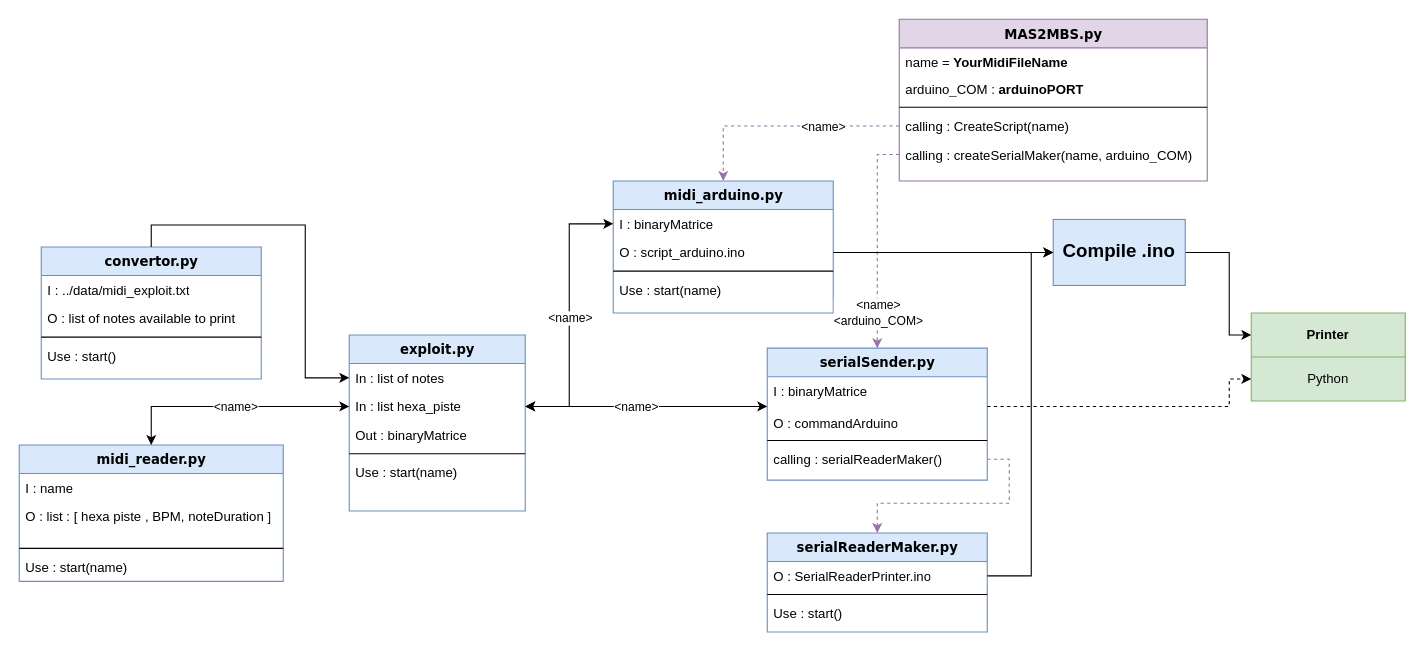
Earlier version of the draw.io diagram Untitled Diagram.drawio (Emericdefay/MAS-to-MBS). Source tidied: cells renumbered, new cells numbered last; positions are measured from the earlier drawing's top-left corner, leaving out a move shared by most shapes. Both pictures are drawn from the tidied source at 110%, with x=0, y=0 at pixel (19, 19).
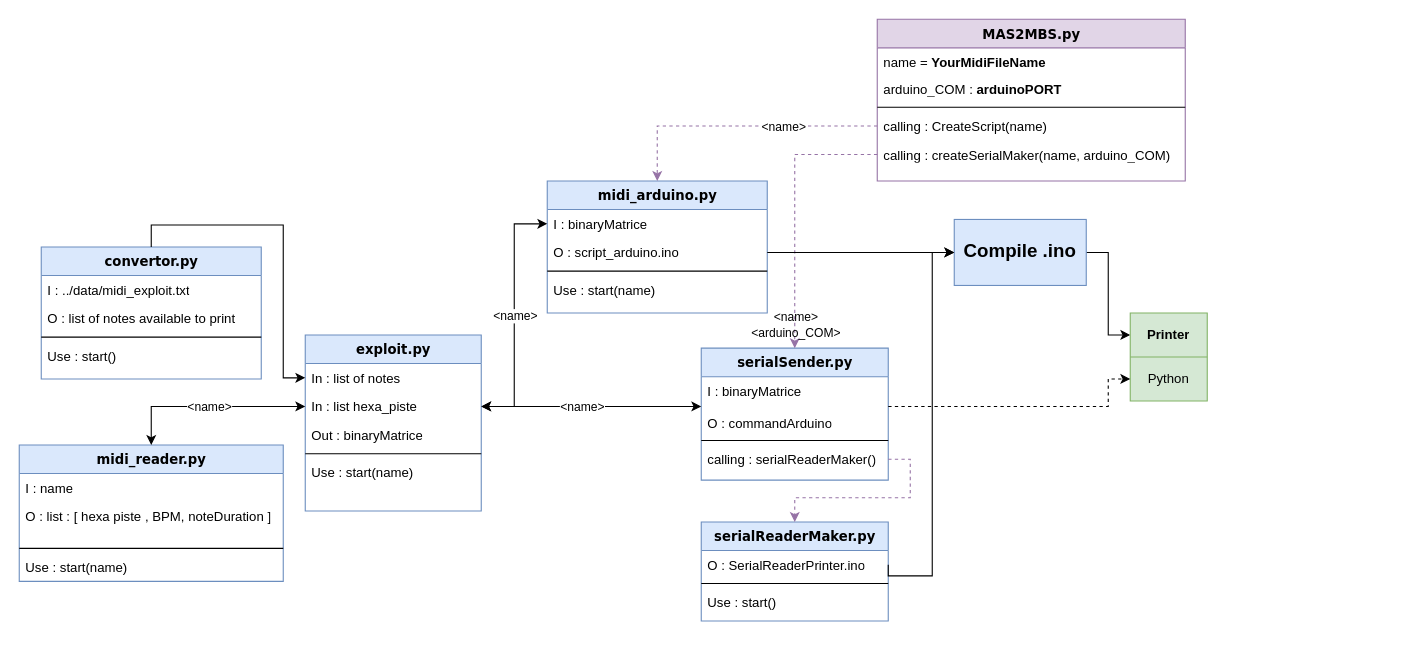
Above is the later version.

Unchanged cells that the change refers to:
```xml
<mxCell id="46" style="edgeStyle=orthogonalEdgeStyle;rounded=0;jettySize=auto;html=1;exitX=0;exitY=0.5;exitDx=0;exitDy=0;entryX=0.5;entryY=0;entryDx=0;entryDy=0;startArrow=none;startFill=0;dashed=1;fillColor=#e1d5e7;strokeColor=#9673a6;" parent="1" edge="1" source="36" target="27">
  <mxGeometry relative="1" as="geometry" />
</mxCell>
```

Diff of the diagram source:
```diff
@@
     <mxCell id="7" value="exploit.py" style="swimlane;html=1;fontStyle=1;align=center;verticalAlign=top;horizontal=1;startSize=26;swimlaneFillColor=#ffffff;rounded=0;shadow=0;comic=0;labelBackgroundColor=none;strokeWidth=1;fillColor=#dae8fc;fontFamily=Verdana;fontSize=12;strokeColor=#6c8ebf;" parent="1" vertex="1">
-      <mxGeometry x="300" y="287" width="160" height="160" as="geometry" />
+      <mxGeometry x="260" y="287" width="160" height="160" as="geometry" />
     </mxCell>
@@
     <mxCell id="13" value="midi_arduino.py" style="swimlane;html=1;fontStyle=1;align=center;verticalAlign=top;horizontal=1;startSize=26;swimlaneFillColor=#ffffff;rounded=0;shadow=0;comic=0;labelBackgroundColor=none;strokeWidth=1;fillColor=#dae8fc;fontFamily=Verdana;fontSize=12;strokeColor=#6c8ebf;" parent="1" vertex="1">
-      <mxGeometry x="540" y="147" width="200" height="120" as="geometry" />
+      <mxGeometry x="480" y="147" width="200" height="120" as="geometry" />
     </mxCell>
@@
     <mxCell id="23" value="serialReaderMaker.py" style="swimlane;html=1;fontStyle=1;align=center;verticalAlign=top;horizontal=1;startSize=26;swimlaneFillColor=#ffffff;rounded=0;shadow=0;comic=0;labelBackgroundColor=none;strokeWidth=1;fillColor=#dae8fc;fontFamily=Verdana;fontSize=12;strokeColor=#6c8ebf;" parent="1" vertex="1">
-      <mxGeometry x="680" y="467" width="200" height="90" as="geometry" />
+      <mxGeometry x="620" y="457" width="170" height="90" as="geometry" />
     </mxCell>
     <mxCell id="24" value="O : SerialReaderPrinter.ino" style="text;html=1;strokeColor=none;fillColor=none;align=left;verticalAlign=top;spacingLeft=4;spacingRight=4;whiteSpace=wrap;overflow=hidden;points=[[0,0.5],[1,0.5]];portConstraint=eastwest;" parent="23" vertex="1">
-      <mxGeometry y="26" width="200" height="26" as="geometry" />
+      <mxGeometry y="26" width="170" height="26" as="geometry" />
     </mxCell>
     <mxCell id="25" style="line;html=1;strokeWidth=1;fillColor=none;align=left;verticalAlign=middle;spacingTop=-1;spacingLeft=3;spacingRight=3;labelPosition=right;" parent="23" vertex="1">
-      <mxGeometry y="52" width="200" height="8" as="geometry" />
+      <mxGeometry y="52" width="170" height="8" as="geometry" />
     </mxCell>
     <mxCell id="26" value="Use : start()" style="text;html=1;strokeColor=none;fillColor=none;align=left;verticalAlign=top;spacingLeft=4;spacingRight=4;whiteSpace=wrap;overflow=hidden;" parent="23" vertex="1">
-      <mxGeometry y="60" width="200" height="26" as="geometry" />
+      <mxGeometry y="60" width="170" height="26" as="geometry" />
     </mxCell>
     <mxCell id="27" value="serialSender.py" style="swimlane;html=1;fontStyle=1;align=center;verticalAlign=top;horizontal=1;startSize=26;swimlaneFillColor=#ffffff;rounded=0;shadow=0;comic=0;labelBackgroundColor=none;strokeWidth=1;fillColor=#dae8fc;fontFamily=Verdana;fontSize=12;strokeColor=#6c8ebf;" parent="1" vertex="1">
-      <mxGeometry x="680" y="299" width="200" height="120" as="geometry" />
+      <mxGeometry x="620" y="299" width="170" height="120" as="geometry" />
     </mxCell>
     <mxCell id="28" value="I : binaryMatrice&lt;br&gt;&lt;br&gt;O : commandArduino" style="text;html=1;strokeColor=none;fillColor=none;align=left;verticalAlign=top;spacingLeft=4;spacingRight=4;whiteSpace=wrap;overflow=hidden;points=[[0,0.5],[1,0.5]];portConstraint=eastwest;" parent="27" vertex="1">
-      <mxGeometry y="26" width="200" height="54" as="geometry" />
+      <mxGeometry y="26" width="170" height="54" as="geometry" />
     </mxCell>
     <mxCell id="29" style="line;html=1;strokeWidth=1;fillColor=none;align=left;verticalAlign=middle;spacingTop=-1;spacingLeft=3;spacingRight=3;labelPosition=right;" parent="27" vertex="1">
-      <mxGeometry y="80" width="200" height="8" as="geometry" />
+      <mxGeometry y="80" width="170" height="8" as="geometry" />
     </mxCell>
     <mxCell id="30" value="calling : serialReaderMaker()" style="text;html=1;strokeColor=none;fillColor=none;align=left;verticalAlign=top;spacingLeft=4;spacingRight=4;whiteSpace=wrap;overflow=hidden;points=[[0,0.5],[1,0.5]];portConstraint=eastwest;" parent="27" vertex="1">
-      <mxGeometry y="88" width="200" height="26" as="geometry" />
+      <mxGeometry y="88" width="170" height="26" as="geometry" />
     </mxCell>
     <mxCell id="31" value="MAS2MBS.py" style="swimlane;html=1;fontStyle=1;align=center;verticalAlign=top;horizontal=1;startSize=26;swimlaneFillColor=#ffffff;rounded=0;shadow=0;comic=0;labelBackgroundColor=none;strokeWidth=1;fillColor=#e1d5e7;fontFamily=Verdana;fontSize=12;strokeColor=#9673a6;" parent="1" vertex="1">
-      <mxGeometry x="800" width="280" height="147" as="geometry" />
+      <mxGeometry x="780" width="280" height="147" as="geometry" />
     </mxCell>
@@
-    <mxCell id="47" value="&amp;lt;name&amp;gt;&lt;br&gt;&amp;lt;arduino_COM&amp;gt;" style="edgeLabel;html=1;align=center;verticalAlign=middle;" parent="46" vertex="1">
+    <mxCell id="47" value="&amp;lt;name&amp;gt;&lt;br&gt;&amp;lt;arduino_COM&amp;gt;" style="edgeLabel;html=1;align=center;verticalAlign=middle;labelBackgroundColor=none;" parent="46" vertex="1">
       <mxGeometry x="0.32" y="-2" relative="1" as="geometry">
-        <mxPoint x="2" y="34" as="offset" />
+        <mxPoint x="2" y="63" as="offset" />
       </mxGeometry>
     </mxCell>
@@
     <mxCell id="49" style="edgeStyle=orthogonalEdgeStyle;rounded=0;jettySize=auto;html=1;exitX=1;exitY=0.5;exitDx=0;exitDy=0;entryX=0;entryY=0.5;entryDx=0;entryDy=0;startArrow=none;startFill=0;" parent="1" edge="1" source="50" target="52">
       <mxGeometry relative="1" as="geometry">
         <Array as="points">
-          <mxPoint x="1100" y="212" />
-          <mxPoint x="1100" y="287" />
+          <mxPoint x="990" y="212" />
+          <mxPoint x="990" y="287" />
         </Array>
       </mxGeometry>
     </mxCell>
     <mxCell id="50" value="&lt;b&gt;&lt;font style=&quot;font-size: 17px&quot;&gt;Compile .ino&lt;br&gt;&lt;/font&gt;&lt;/b&gt;" style="rounded=0;whiteSpace=wrap;html=1;fillColor=#dae8fc;strokeColor=#6c8ebf;" parent="1" vertex="1">
-      <mxGeometry x="940" y="182" width="120" height="60" as="geometry" />
+      <mxGeometry x="850" y="182" width="120" height="60" as="geometry" />
     </mxCell>
     <mxCell id="51" style="shape=table;html=1;whiteSpace=wrap;startSize=0;childLayout=tableLayout;fillColor=#d5e8d4;strokeColor=#82b366;" parent="1" vertex="1">
-      <mxGeometry x="1120" y="267" width="140" height="80" as="geometry" />
+      <mxGeometry x="1010" y="267" width="70" height="80" as="geometry" />
     </mxCell>
     <mxCell id="52" style="shape=partialRectangle;html=1;whiteSpace=wrap;fillColor=none;top=0;left=0;bottom=0;right=0;points=[[0,0.5],[1,0.5]];portConstraint=eastwest;" parent="51" vertex="1">
-      <mxGeometry width="140" height="40" as="geometry" />
+      <mxGeometry width="70" height="40" as="geometry" />
     </mxCell>
     <mxCell id="53" value="&lt;b&gt;Printer&lt;/b&gt;" style="shape=partialRectangle;html=1;whiteSpace=wrap;overflow=hidden;fillColor=none;top=0;left=0;bottom=0;right=0;" parent="52" vertex="1">
-      <mxGeometry width="140" height="40" as="geometry" />
+      <mxGeometry width="70" height="40" as="geometry" />
     </mxCell>
     <mxCell id="54" style="shape=partialRectangle;html=1;whiteSpace=wrap;fillColor=none;top=0;left=0;bottom=0;right=0;points=[[0,0.5],[1,0.5]];portConstraint=eastwest;" parent="51" vertex="1">
-      <mxGeometry y="40" width="140" height="40" as="geometry" />
+      <mxGeometry y="40" width="70" height="40" as="geometry" />
     </mxCell>
     <mxCell id="55" value="Python" style="shape=partialRectangle;html=1;whiteSpace=wrap;overflow=hidden;fillColor=none;top=0;left=0;bottom=0;right=0;" parent="54" vertex="1">
-      <mxGeometry width="140" height="40" as="geometry" />
+      <mxGeometry width="70" height="40" as="geometry" />
     </mxCell>
     <mxCell id="56" style="edgeStyle=orthogonalEdgeStyle;rounded=0;jettySize=auto;html=1;exitX=1;exitY=0.5;exitDx=0;exitDy=0;entryX=0;entryY=0.5;entryDx=0;entryDy=0;startArrow=none;startFill=0;" parent="1" edge="1" source="24" target="50">
       <mxGeometry relative="1" as="geometry">
         <Array as="points">
-          <mxPoint x="920" y="506" />
-          <mxPoint x="920" y="212" />
+          <mxPoint x="790" y="506" />
+          <mxPoint x="830" y="506" />
+          <mxPoint x="830" y="212" />
         </Array>
       </mxGeometry>
     </mxCell>
@@
     <mxCell id="58" style="edgeStyle=orthogonalEdgeStyle;rounded=0;jettySize=auto;html=1;exitX=1;exitY=0.5;exitDx=0;exitDy=0;startArrow=none;startFill=0;entryX=0;entryY=0.5;entryDx=0;entryDy=0;dashed=1;" parent="1" edge="1" source="28" target="54">
       <mxGeometry relative="1" as="geometry">
         <Array as="points">
-          <mxPoint x="1100" y="352" />
-          <mxPoint x="1100" y="327" />
+          <mxPoint x="990" y="352" />
+          <mxPoint x="990" y="327" />
         </Array>
       </mxGeometry>
     </mxCell>
```
